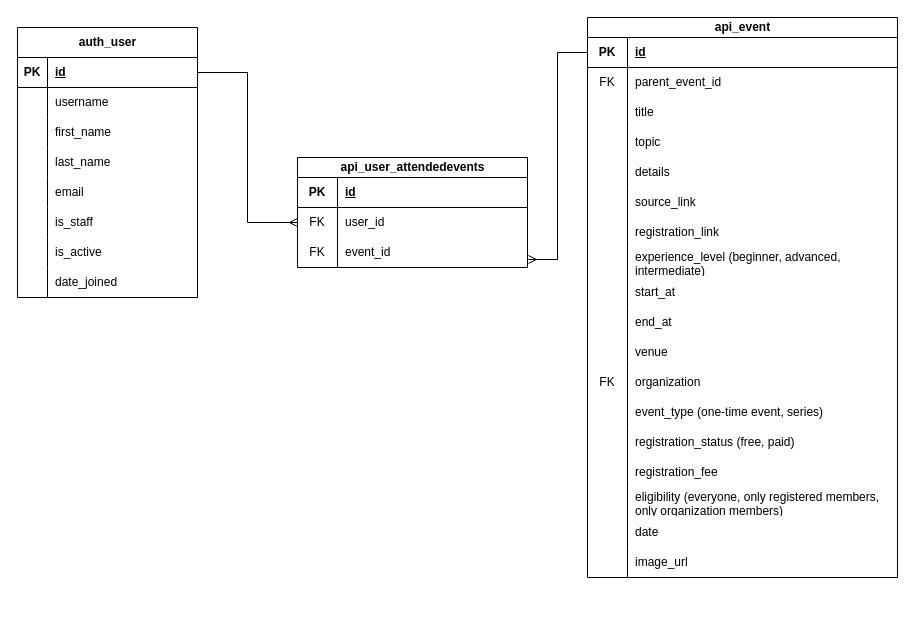
RHILIUS/drawio keeps this draw.io diagram as page "User Attendned Events" (5 of 6) of 2Gether.drawio. Above is the earlier version. Source tidied: cells renumbered, new cells numbered last; positions are measured from the earlier drawing's top-left corner, leaving out a move shared by most shapes. Both pictures are drawn from the tidied source at 100%, with x=0, y=0 at pixel (17, 17).
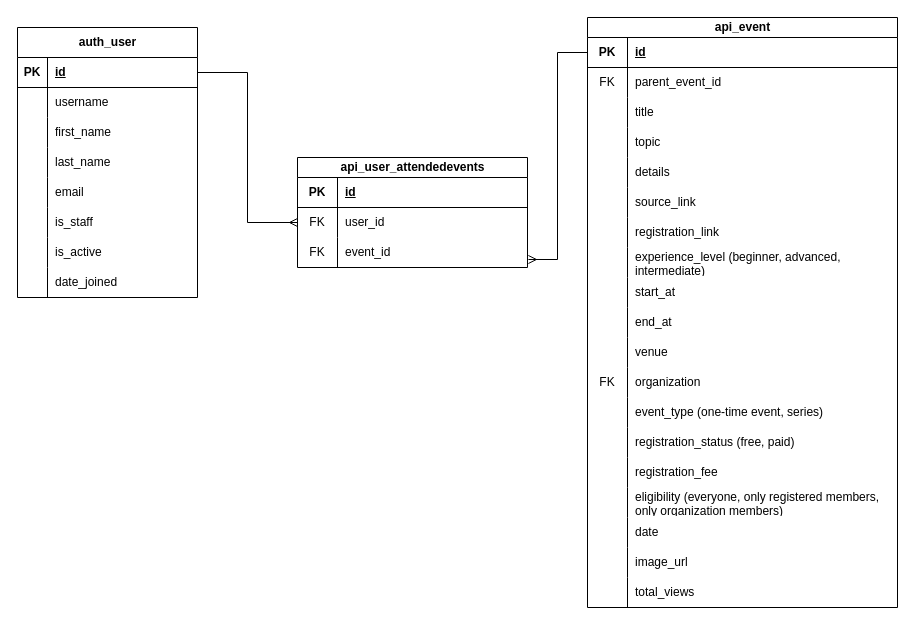
The same diagram, later.

Change to the diagram source:
```diff
@@
     <mxCell id="12" value="api_event" style="shape=table;startSize=20;childLayout=tableLayout;rowLines=0;fontStyle=1;align=center;html=1;" parent="1" vertex="1">
-      <mxGeometry x="570" width="310" height="560" as="geometry" />
+      <mxGeometry x="570" width="310" height="590" as="geometry" />
     </mxCell>
@@
+    <mxCell id="94" style="shape=tableRow;horizontal=0;startSize=0;swimlaneHead=0;swimlaneBody=0;fillColor=none;top=0;left=0;right=0;bottom=0;" parent="12" vertex="1">
+      <mxGeometry y="560" width="310" height="30" as="geometry" />
+    </mxCell>
+    <mxCell id="95" style="shape=partialRectangle;fillColor=none;top=0;left=0;bottom=0;right=0;overflow=hidden;whiteSpace=wrap;html=1;" parent="94" vertex="1">
+      <mxGeometry width="40" height="30" as="geometry" />
+    </mxCell>
+    <mxCell id="96" value="total_views" style="shape=partialRectangle;fillColor=none;top=0;left=0;bottom=0;right=0;align=left;spacingLeft=6;overflow=hidden;whiteSpace=wrap;html=1;" parent="94" vertex="1">
+      <mxGeometry x="40" width="270" height="30" as="geometry" />
+    </mxCell>
```
